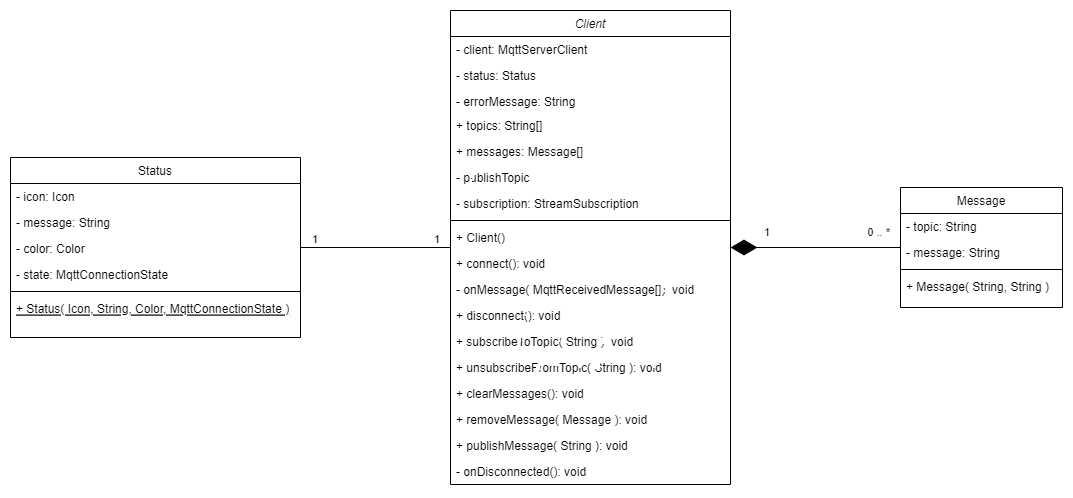
The draw.io diagram docs/UML_class_diagram.png in eliaspasche/mqtt_explorer, before a commit. Source tidied: cells renumbered, new cells last; positions are measured from the earlier drawing's top-left corner, leaving out a move shared by most shapes. Source of this version:
```xml
<mxGraphModel>
  <root>
    <mxCell id="0" />
    <mxCell id="1" parent="0" />
    <mxCell id="2" value="Client" style="swimlane;fontStyle=2;align=center;verticalAlign=top;horizontal=1;startSize=26;rounded=0;shadow=0;strokeWidth=1;" parent="1" vertex="1">
      <mxGeometry x="440" width="280" height="474" as="geometry" />
    </mxCell>
    <mxCell id="3" value="- client: MqttServerClient" style="text;align=left;verticalAlign=top;spacingLeft=4;spacingRight=4;overflow=hidden;" parent="2" vertex="1">
      <mxGeometry y="26" width="280" height="26" as="geometry" />
    </mxCell>
    <mxCell id="4" value="- status: Status" style="text;align=left;verticalAlign=top;spacingLeft=4;spacingRight=4;overflow=hidden;rounded=0;shadow=0;html=0;" parent="2" vertex="1">
      <mxGeometry y="52" width="280" height="26" as="geometry" />
    </mxCell>
    <mxCell id="5" value="- errorMessage: String" style="text;align=left;verticalAlign=top;spacingLeft=4;spacingRight=4;overflow=hidden;rounded=0;shadow=0;html=0;" parent="2" vertex="1">
      <mxGeometry y="78" width="280" height="24" as="geometry" />
    </mxCell>
    <mxCell id="6" value="+ topics: String[]" style="text;strokeColor=none;fillColor=none;align=left;verticalAlign=top;spacingLeft=4;spacingRight=4;overflow=hidden;" parent="2" vertex="1">
      <mxGeometry y="102" width="280" height="26" as="geometry" />
    </mxCell>
    <mxCell id="7" value="+ messages: Message[]" style="text;strokeColor=none;fillColor=none;align=left;verticalAlign=top;spacingLeft=4;spacingRight=4;overflow=hidden;" parent="2" vertex="1">
      <mxGeometry y="128" width="280" height="26" as="geometry" />
    </mxCell>
    <mxCell id="8" value="- publishTopic" style="text;strokeColor=none;fillColor=none;align=left;verticalAlign=top;spacingLeft=4;spacingRight=4;overflow=hidden;" parent="2" vertex="1">
      <mxGeometry y="154" width="280" height="26" as="geometry" />
    </mxCell>
    <mxCell id="9" value="- subscription: StreamSubscription" style="text;strokeColor=none;fillColor=none;align=left;verticalAlign=top;spacingLeft=4;spacingRight=4;overflow=hidden;" parent="2" vertex="1">
      <mxGeometry y="180" width="280" height="26" as="geometry" />
    </mxCell>
    <mxCell id="10" style="line;html=1;strokeWidth=1;align=left;verticalAlign=middle;spacingTop=-1;spacingLeft=3;spacingRight=3;labelPosition=right;" parent="2" vertex="1">
      <mxGeometry y="206" width="280" height="8" as="geometry" />
    </mxCell>
    <mxCell id="11" value="+ Client()" style="text;align=left;verticalAlign=top;spacingLeft=4;spacingRight=4;overflow=hidden;" parent="2" vertex="1">
      <mxGeometry y="214" width="280" height="26" as="geometry" />
    </mxCell>
    <mxCell id="12" value="+ connect(): void" style="text;strokeColor=none;fillColor=none;align=left;verticalAlign=top;spacingLeft=4;spacingRight=4;overflow=hidden;" parent="2" vertex="1">
      <mxGeometry y="240" width="280" height="26" as="geometry" />
    </mxCell>
    <mxCell id="13" value="- onMessage( MqttReceivedMessage[]): void" style="text;strokeColor=none;fillColor=none;align=left;verticalAlign=top;spacingLeft=4;spacingRight=4;overflow=hidden;" parent="2" vertex="1">
      <mxGeometry y="266" width="280" height="26" as="geometry" />
    </mxCell>
    <mxCell id="14" value="+ disconnect(): void" style="text;strokeColor=none;fillColor=none;align=left;verticalAlign=top;spacingLeft=4;spacingRight=4;overflow=hidden;" parent="2" vertex="1">
      <mxGeometry y="292" width="280" height="26" as="geometry" />
    </mxCell>
    <mxCell id="15" value="+ subscribeToTopic( String ): void" style="text;strokeColor=none;fillColor=none;align=left;verticalAlign=top;spacingLeft=4;spacingRight=4;overflow=hidden;" parent="2" vertex="1">
      <mxGeometry y="318" width="280" height="26" as="geometry" />
    </mxCell>
    <mxCell id="16" value="+ unsubscribeFromTopic( String ): void" style="text;strokeColor=none;fillColor=none;align=left;verticalAlign=top;spacingLeft=4;spacingRight=4;overflow=hidden;" parent="2" vertex="1">
      <mxGeometry y="344" width="280" height="26" as="geometry" />
    </mxCell>
    <mxCell id="17" value="+ clearMessages(): void" style="text;strokeColor=none;fillColor=none;align=left;verticalAlign=top;spacingLeft=4;spacingRight=4;overflow=hidden;" parent="2" vertex="1">
      <mxGeometry y="370" width="280" height="26" as="geometry" />
    </mxCell>
    <mxCell id="18" value="+ removeMessage( Message ): void" style="text;strokeColor=none;fillColor=none;align=left;verticalAlign=top;spacingLeft=4;spacingRight=4;overflow=hidden;" parent="2" vertex="1">
      <mxGeometry y="396" width="280" height="26" as="geometry" />
    </mxCell>
    <mxCell id="19" value="+ publishMessage( String ): void" style="text;strokeColor=none;fillColor=none;align=left;verticalAlign=top;spacingLeft=4;spacingRight=4;overflow=hidden;" parent="2" vertex="1">
      <mxGeometry y="422" width="280" height="26" as="geometry" />
    </mxCell>
    <mxCell id="20" value="- onDisconnected(): void" style="text;strokeColor=none;fillColor=none;align=left;verticalAlign=top;spacingLeft=4;spacingRight=4;overflow=hidden;" parent="2" vertex="1">
      <mxGeometry y="448" width="280" height="26" as="geometry" />
    </mxCell>
    <mxCell id="21" value="Status" style="swimlane;fontStyle=0;align=center;verticalAlign=top;horizontal=1;startSize=26;rounded=0;shadow=0;strokeWidth=1;" parent="1" vertex="1">
      <mxGeometry y="147" width="290" height="180" as="geometry" />
    </mxCell>
    <mxCell id="22" value="- icon: Icon" style="text;align=left;verticalAlign=top;spacingLeft=4;spacingRight=4;overflow=hidden;" parent="21" vertex="1">
      <mxGeometry y="26" width="290" height="26" as="geometry" />
    </mxCell>
    <mxCell id="23" value="- message: String" style="text;align=left;verticalAlign=top;spacingLeft=4;spacingRight=4;overflow=hidden;rounded=0;shadow=0;html=0;" parent="21" vertex="1">
      <mxGeometry y="52" width="290" height="26" as="geometry" />
    </mxCell>
    <mxCell id="24" value="- color: Color" style="text;strokeColor=none;fillColor=none;align=left;verticalAlign=top;spacingLeft=4;spacingRight=4;overflow=hidden;" parent="21" vertex="1">
      <mxGeometry y="78" width="290" height="26" as="geometry" />
    </mxCell>
    <mxCell id="25" value="- state: MqttConnectionState" style="text;strokeColor=none;fillColor=none;align=left;verticalAlign=top;spacingLeft=4;spacingRight=4;overflow=hidden;" parent="21" vertex="1">
      <mxGeometry y="104" width="290" height="26" as="geometry" />
    </mxCell>
    <mxCell id="26" style="line;html=1;strokeWidth=1;align=left;verticalAlign=middle;spacingTop=-1;spacingLeft=3;spacingRight=3;labelPosition=right;" parent="21" vertex="1">
      <mxGeometry y="130" width="290" height="8" as="geometry" />
    </mxCell>
    <mxCell id="27" value="+ Status( Icon, String, Color, MqttConnectionState )" style="text;align=left;verticalAlign=top;spacingLeft=4;spacingRight=4;overflow=hidden;fontStyle=4;" parent="21" vertex="1">
      <mxGeometry y="138" width="290" height="26" as="geometry" />
    </mxCell>
    <mxCell id="28" value="Message" style="swimlane;fontStyle=0;align=center;verticalAlign=top;horizontal=1;startSize=26;rounded=0;shadow=0;strokeWidth=1;" parent="1" vertex="1">
      <mxGeometry x="890" y="177" width="162" height="120" as="geometry" />
    </mxCell>
    <mxCell id="29" value="- topic: String" style="text;align=left;verticalAlign=top;spacingLeft=4;spacingRight=4;overflow=hidden;" parent="28" vertex="1">
      <mxGeometry y="26" width="162" height="26" as="geometry" />
    </mxCell>
    <mxCell id="30" value="- message: String" style="text;align=left;verticalAlign=top;spacingLeft=4;spacingRight=4;overflow=hidden;rounded=0;shadow=0;html=0;" parent="28" vertex="1">
      <mxGeometry y="52" width="162" height="26" as="geometry" />
    </mxCell>
    <mxCell id="31" style="line;html=1;strokeWidth=1;align=left;verticalAlign=middle;spacingTop=-1;spacingLeft=3;spacingRight=3;labelPosition=right;" parent="28" vertex="1">
      <mxGeometry y="78" width="162" height="8" as="geometry" />
    </mxCell>
    <mxCell id="32" value="+ Message( String, String )" style="text;align=left;verticalAlign=top;spacingLeft=4;spacingRight=4;overflow=hidden;" parent="28" vertex="1">
      <mxGeometry y="86" width="162" height="26" as="geometry" />
    </mxCell>
    <mxCell id="33" style="endArrow=diamondThin;endFill=1;endSize=24;html=1;rounded=0;" parent="1" edge="1" source="28" target="2">
      <mxGeometry relative="1" as="geometry" />
    </mxCell>
    <mxCell id="34" style="endArrow=none;html=1;edgeStyle=orthogonalEdgeStyle;rounded=0;" parent="1" edge="1" source="21" target="2">
      <mxGeometry relative="1" as="geometry" />
    </mxCell>
    <mxCell id="35" value="1" style="edgeLabel;html=1;align=left;verticalAlign=bottom;" parent="34" vertex="1">
      <mxGeometry x="-1" relative="1" as="geometry">
        <mxPoint x="10" as="offset" />
      </mxGeometry>
    </mxCell>
    <mxCell id="36" value="0 .. *" style="edgeLabel;html=1;align=right;verticalAlign=bottom;" parent="34" vertex="1">
      <mxGeometry x="1" relative="1" as="geometry">
        <mxPoint x="440" y="-7" as="offset" />
      </mxGeometry>
    </mxCell>
    <mxCell id="37" value="1" style="edgeLabel;html=1;align=right;verticalAlign=bottom;" parent="1" vertex="1">
      <mxGeometry x="430" y="237" as="geometry" />
    </mxCell>
    <mxCell id="38" value="1" style="edgeLabel;html=1;align=right;verticalAlign=bottom;" parent="1" vertex="1">
      <mxGeometry x="760" y="230" as="geometry" />
    </mxCell>
  </root>
</mxGraphModel>
```
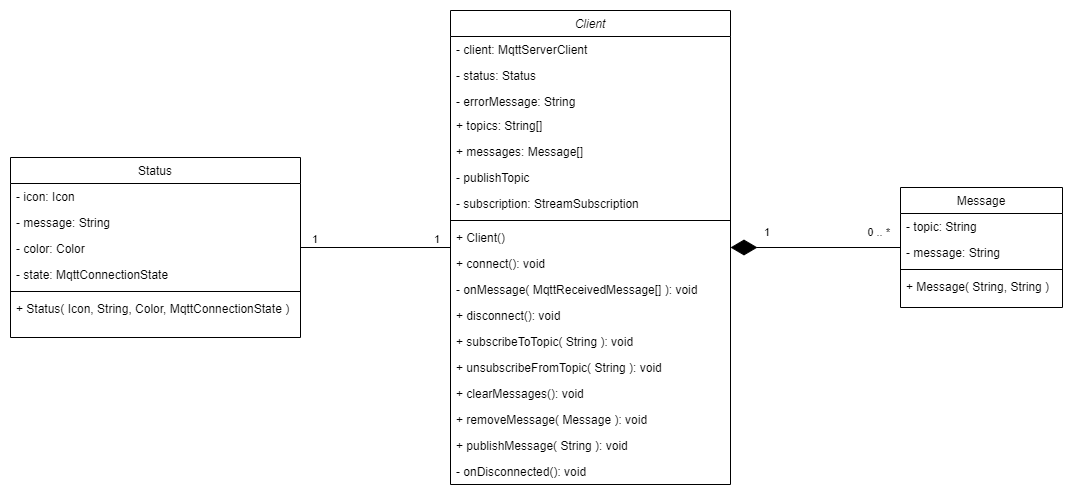
After the commit.

What changed in the source:
```diff
@@ -35,7 +35,7 @@
     <mxCell id="12" value="+ connect(): void" style="text;strokeColor=none;fillColor=none;align=left;verticalAlign=top;spacingLeft=4;spacingRight=4;overflow=hidden;" parent="2" vertex="1">
       <mxGeometry y="240" width="280" height="26" as="geometry" />
     </mxCell>
-    <mxCell id="13" value="- onMessage( MqttReceivedMessage[]): void" style="text;strokeColor=none;fillColor=none;align=left;verticalAlign=top;spacingLeft=4;spacingRight=4;overflow=hidden;" parent="2" vertex="1">
+    <mxCell id="13" value="- onMessage( MqttReceivedMessage[] ): void" style="text;strokeColor=none;fillColor=none;align=left;verticalAlign=top;spacingLeft=4;spacingRight=4;overflow=hidden;" parent="2" vertex="1">
       <mxGeometry y="266" width="280" height="26" as="geometry" />
     </mxCell>
     <mxCell id="14" value="+ disconnect(): void" style="text;strokeColor=none;fillColor=none;align=left;verticalAlign=top;spacingLeft=4;spacingRight=4;overflow=hidden;" parent="2" vertex="1">
@@ -77,7 +77,7 @@
     <mxCell id="26" style="line;html=1;strokeWidth=1;align=left;verticalAlign=middle;spacingTop=-1;spacingLeft=3;spacingRight=3;labelPosition=right;" parent="21" vertex="1">
       <mxGeometry y="130" width="290" height="8" as="geometry" />
     </mxCell>
-    <mxCell id="27" value="+ Status( Icon, String, Color, MqttConnectionState )" style="text;align=left;verticalAlign=top;spacingLeft=4;spacingRight=4;overflow=hidden;fontStyle=4;" parent="21" vertex="1">
+    <mxCell id="27" value="+ Status( Icon, String, Color, MqttConnectionState )" style="text;align=left;verticalAlign=top;spacingLeft=4;spacingRight=4;overflow=hidden;fontStyle=0;" parent="21" vertex="1">
       <mxGeometry y="138" width="290" height="26" as="geometry" />
     </mxCell>
     <mxCell id="28" value="Message" style="swimlane;fontStyle=0;align=center;verticalAlign=top;horizontal=1;startSize=26;rounded=0;shadow=0;strokeWidth=1;" parent="1" vertex="1">
```
